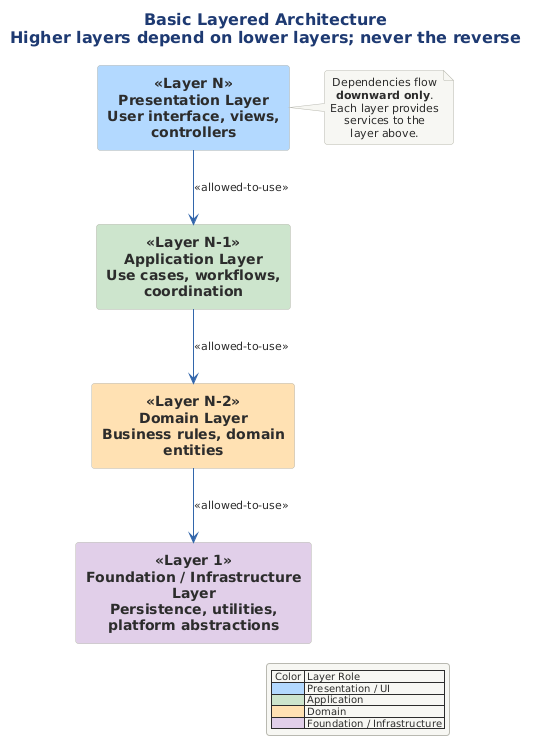
The PlantUML diagram src/architecture/views-and-beyond/style-catalogs/module/layered-style/png/basic-layered-arch-higher-layers-depend-lower.png in Notoriousjayy/latex-docs, before a commit. Source of this version:
```plantuml
@startuml
skinparam rectangleRoundCorner 10
!include ../../../../../../tooling/styles/plantuml/structural/component-diagram-style.iuml

skinparam rectangleFontSize 14
skinparam rectangleFontStyle bold

title Basic Layered Architecture\nHigher layers depend on lower layers; never the reverse

rectangle "<<Layer N>>\n**Presentation Layer**\nUser interface, views, controllers" as L4 #B3D9FF
rectangle "<<Layer N-1>>\n**Application Layer**\nUse cases, workflows, coordination" as L3 #CCE5CC
rectangle "<<Layer N-2>>\n**Domain Layer**\nBusiness rules, domain entities" as L2 #FFE0B2
rectangle "<<Layer 1>>\n**Foundation / Infrastructure Layer**\nPersistence, utilities, platform abstractions" as L1 #E0CFE8

L4 -[#3366AA]-> L3 : <<allowed-to-use>>
L3 -[#3366AA]-> L2 : <<allowed-to-use>>
L2 -[#3366AA]-> L1 : <<allowed-to-use>>

legend right
  | Color | Layer Role |
  |<#B3D9FF>  | Presentation / UI |
  |<#CCE5CC>  | Application |
  |<#FFE0B2>  | Domain |
  |<#E0CFE8>  | Foundation / Infrastructure |
end legend

note right of L4
  Dependencies flow
  **downward only**.
  Each layer provides
  services to the
  layer above.
end note
@enduml
```
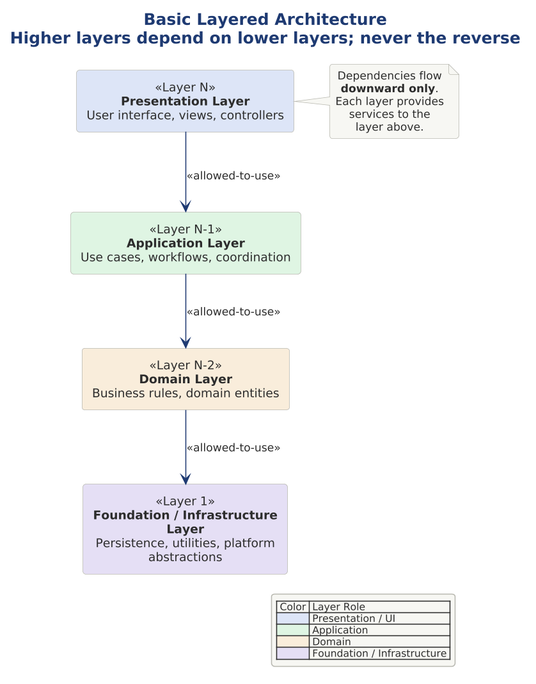
After the change.

Diff of the diagram source:
```diff
@@ -1,27 +1,28 @@
 @startuml
-skinparam rectangleRoundCorner 10
+
+skinparam dpi 150
+
+
+
 !include ../../../../../../tooling/styles/plantuml/structural/component-diagram-style.iuml
-
-skinparam rectangleFontSize 14
-skinparam rectangleFontStyle bold
 
 title Basic Layered Architecture\nHigher layers depend on lower layers; never the reverse
 
-rectangle "<<Layer N>>\n**Presentation Layer**\nUser interface, views, controllers" as L4 #B3D9FF
-rectangle "<<Layer N-1>>\n**Application Layer**\nUse cases, workflows, coordination" as L3 #CCE5CC
-rectangle "<<Layer N-2>>\n**Domain Layer**\nBusiness rules, domain entities" as L2 #FFE0B2
-rectangle "<<Layer 1>>\n**Foundation / Infrastructure Layer**\nPersistence, utilities, platform abstractions" as L1 #E0CFE8
+rectangle "<<Layer N>>\n**Presentation Layer**\nUser interface, views, controllers" as L4 $fill_primary
+rectangle "<<Layer N-1>>\n**Application Layer**\nUse cases, workflows, coordination" as L3 $fill_ok
+rectangle "<<Layer N-2>>\n**Domain Layer**\nBusiness rules, domain entities" as L2 $fill_caution
+rectangle "<<Layer 1>>\n**Foundation / Infrastructure Layer**\nPersistence, utilities, platform abstractions" as L1 $fill_alt
 
-L4 -[#3366AA]-> L3 : <<allowed-to-use>>
-L3 -[#3366AA]-> L2 : <<allowed-to-use>>
-L2 -[#3366AA]-> L1 : <<allowed-to-use>>
+L4 -[$line_primary]-> L3 : <<allowed-to-use>>
+L3 -[$line_primary]-> L2 : <<allowed-to-use>>
+L2 -[$line_primary]-> L1 : <<allowed-to-use>>
 
 legend right
   | Color | Layer Role |
-  |<#B3D9FF>  | Presentation / UI |
-  |<#CCE5CC>  | Application |
-  |<#FFE0B2>  | Domain |
-  |<#E0CFE8>  | Foundation / Infrastructure |
+  |<$fill_primary>  | Presentation / UI |
+  |<$fill_ok>  | Application |
+  |<$fill_caution>  | Domain |
+  |<$fill_alt>  | Foundation / Infrastructure |
 end legend
 
 note right of L4
```
